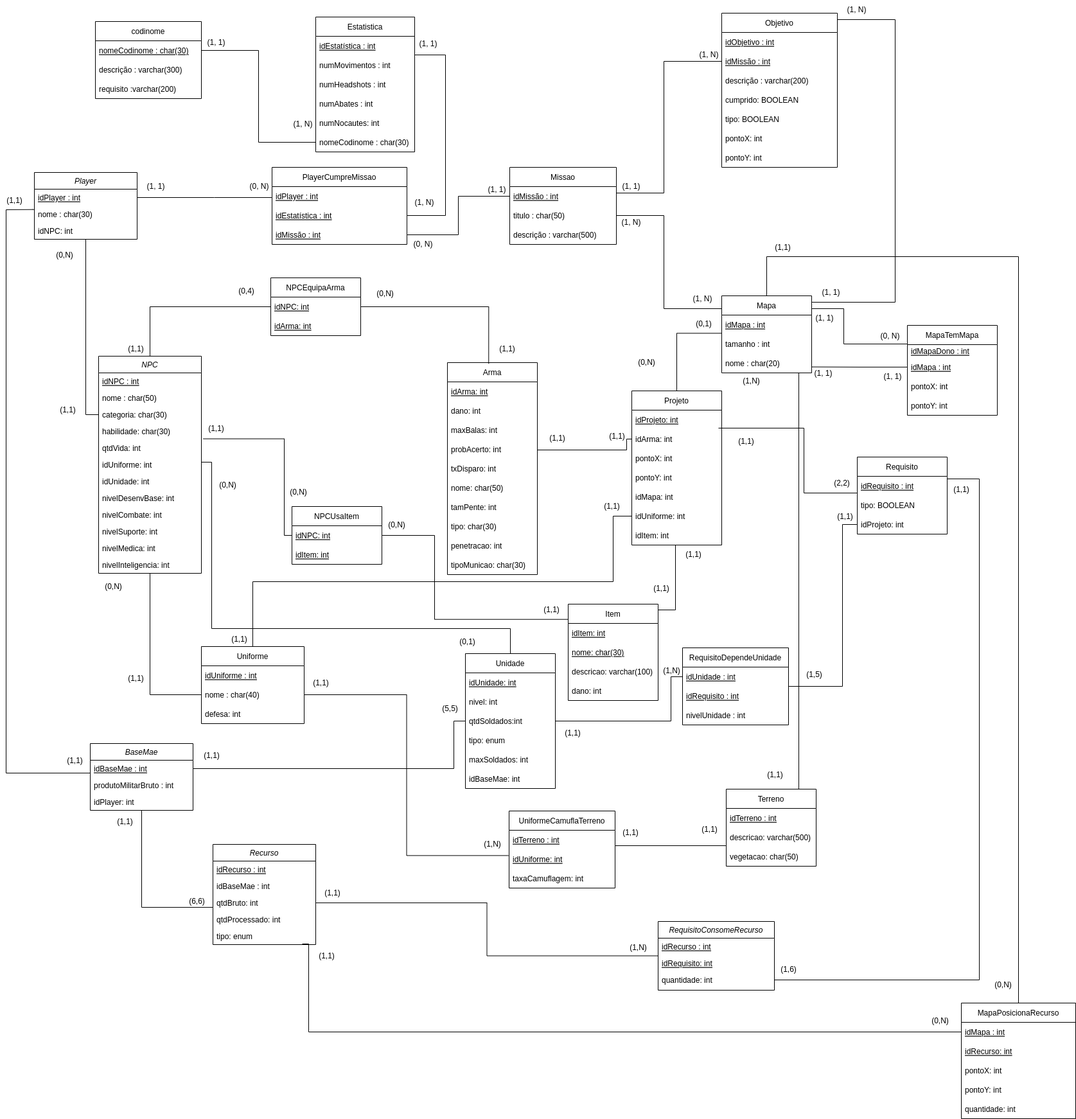
Earlier version of the draw.io export documentos/MREL/MREL_V2.0drawio.drawio.png (SBD1/Grupo02-MetalGearSolid). Source tidied: cells renumbered, new cells last; positions are measured from the earlier drawing's top-left corner, leaving out a move shared by most shapes.
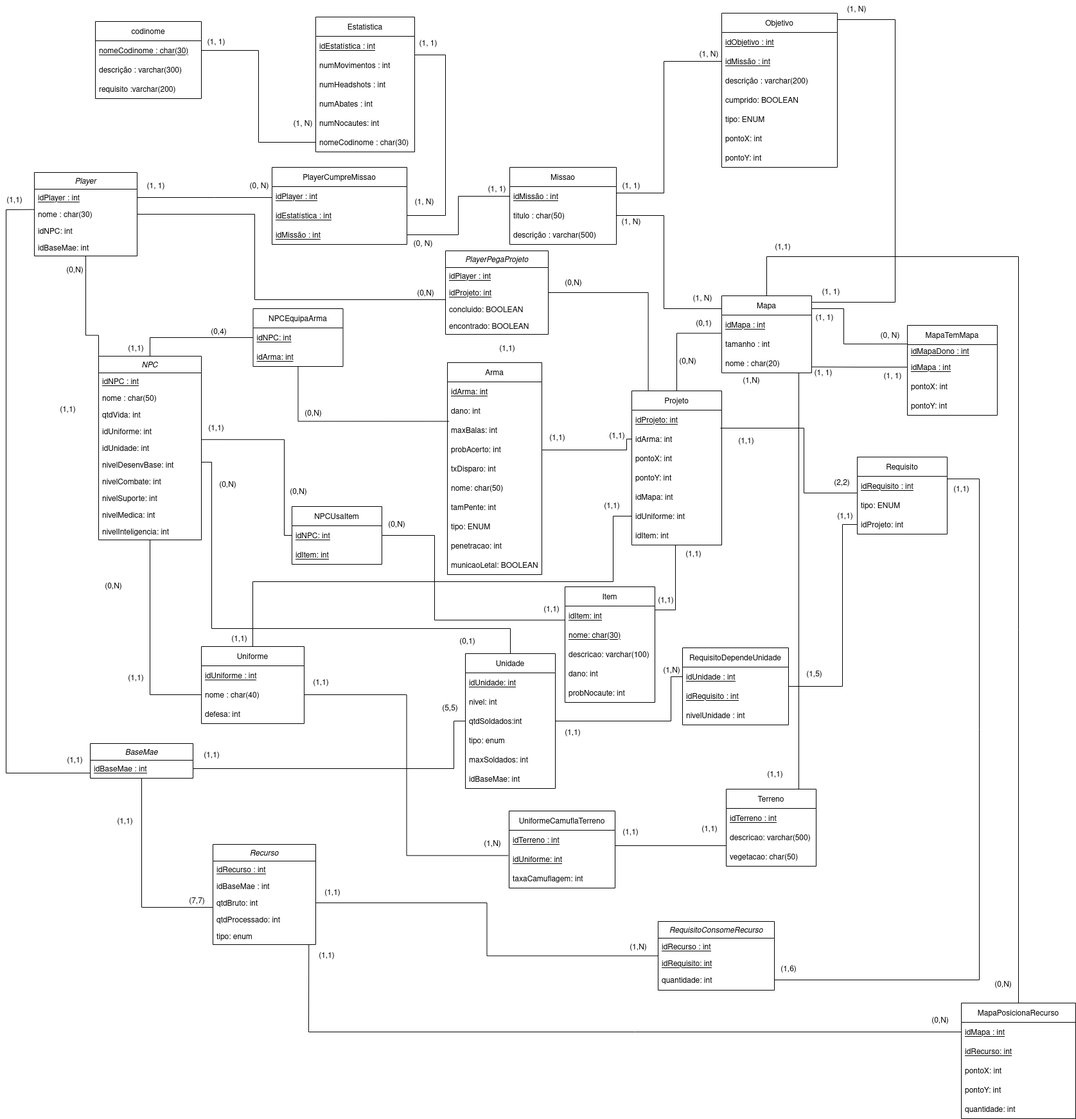
The same file after the commit.

Change to the diagram source:
```diff
@@ -4,7 +4,9 @@
     <mxCell id="1" parent="0" />
-    <mxCell id="2" style="edgeStyle=orthogonalEdgeStyle;rounded=0;jettySize=auto;html=1;entryX=0;entryY=0.5;entryDx=0;entryDy=0;endArrow=none;endFill=0;" parent="1" edge="1" source="3" target="65">
-      <mxGeometry relative="1" as="geometry" />
+    <mxCell id="2" style="edgeStyle=orthogonalEdgeStyle;rounded=0;jettySize=auto;html=1;entryX=0;entryY=0.5;entryDx=0;entryDy=0;endArrow=none;endFill=0;" parent="1" edge="1" source="3">
+      <mxGeometry relative="1" as="geometry">
+        <mxPoint x="153" y="645" as="targetPoint" />
+      </mxGeometry>
     </mxCell>
     <mxCell id="3" value="Player" style="swimlane;fontStyle=2;align=center;verticalAlign=top;horizontal=1;startSize=26;rounded=0;shadow=0;strokeWidth=1;" parent="1" vertex="1">
-      <mxGeometry x="53" y="268" width="160" height="104" as="geometry" />
+      <mxGeometry x="53" y="268" width="160" height="130" as="geometry" />
     </mxCell>
@@ -19,2 +21,5 @@
     </mxCell>
+    <mxCell id="232" value="idBaseMae: int" style="text;align=left;verticalAlign=top;spacingLeft=4;spacingRight=4;overflow=hidden;rounded=0;shadow=0;html=0;" parent="3" vertex="1">
+      <mxGeometry y="104" width="160" height="26" as="geometry" />
+    </mxCell>
     <mxCell id="7" value="PlayerCumpreMissao" style="swimlane;fontStyle=0;horizontal=1;startSize=30;" parent="1" vertex="1">
@@ -95,3 +100,3 @@
     </mxCell>
-    <mxCell id="29" value="tipo: BOOLEAN" style="text;strokeColor=none;fillColor=none;align=left;verticalAlign=middle;spacingLeft=4;spacingRight=4;overflow=hidden;" parent="24" vertex="1">
+    <mxCell id="29" value="tipo: ENUM" style="text;strokeColor=none;fillColor=none;align=left;verticalAlign=middle;spacingLeft=4;spacingRight=4;overflow=hidden;" parent="24" vertex="1">
       <mxGeometry y="150" width="180" height="30" as="geometry" />
@@ -220,3 +225,3 @@
     <mxCell id="62" value="NPC" style="swimlane;fontStyle=2;align=center;verticalAlign=top;horizontal=1;startSize=26;rounded=0;shadow=0;strokeWidth=1;" parent="1" vertex="1">
-      <mxGeometry x="153" y="554" width="160" height="338" as="geometry" />
+      <mxGeometry x="153" y="554" width="160" height="286" as="geometry" />
     </mxCell>
@@ -228,31 +233,25 @@
     </mxCell>
-    <mxCell id="65" value="categoria: char(30)" style="text;align=left;verticalAlign=top;spacingLeft=4;spacingRight=4;overflow=hidden;points=[[0,0.5],[1,0.5]];portConstraint=eastwest;rounded=0;shadow=0;html=0;" parent="62" vertex="1">
-      <mxGeometry y="78" width="160" height="26" as="geometry" />
-    </mxCell>
-    <mxCell id="66" value="habilidade: char(30)&#10;" style="text;align=left;verticalAlign=top;spacingLeft=4;spacingRight=4;overflow=hidden;rounded=0;shadow=0;html=0;" parent="62" vertex="1">
-      <mxGeometry y="104" width="160" height="26" as="geometry" />
-    </mxCell>
     <mxCell id="67" value="qtdVida: int" style="text;align=left;verticalAlign=top;spacingLeft=4;spacingRight=4;overflow=hidden;points=[[0,0.5],[1,0.5]];portConstraint=eastwest;rounded=0;shadow=0;html=0;" parent="62" vertex="1">
-      <mxGeometry y="130" width="160" height="26" as="geometry" />
+      <mxGeometry y="78" width="160" height="26" as="geometry" />
     </mxCell>
     <mxCell id="68" value="idUniforme: int" style="text;align=left;verticalAlign=top;spacingLeft=4;spacingRight=4;overflow=hidden;points=[[0,0.5],[1,0.5]];portConstraint=eastwest;rounded=0;shadow=0;html=0;" parent="62" vertex="1">
-      <mxGeometry y="156" width="160" height="26" as="geometry" />
+      <mxGeometry y="104" width="160" height="26" as="geometry" />
     </mxCell>
     <mxCell id="69" value="idUnidade: int" style="text;align=left;verticalAlign=top;spacingLeft=4;spacingRight=4;overflow=hidden;rounded=0;shadow=0;html=0;" parent="62" vertex="1">
-      <mxGeometry y="182" width="160" height="26" as="geometry" />
+      <mxGeometry y="130" width="160" height="26" as="geometry" />
     </mxCell>
     <mxCell id="70" value="nivelDesenvBase: int" style="text;align=left;verticalAlign=top;spacingLeft=4;spacingRight=4;overflow=hidden;rounded=0;shadow=0;html=0;" parent="62" vertex="1">
-      <mxGeometry y="208" width="160" height="26" as="geometry" />
+      <mxGeometry y="156" width="160" height="26" as="geometry" />
     </mxCell>
     <mxCell id="71" value="nivelCombate: int" style="text;align=left;verticalAlign=top;spacingLeft=4;spacingRight=4;overflow=hidden;rounded=0;shadow=0;html=0;" parent="62" vertex="1">
-      <mxGeometry y="234" width="160" height="26" as="geometry" />
+      <mxGeometry y="182" width="160" height="26" as="geometry" />
     </mxCell>
     <mxCell id="72" value="nivelSuporte: int" style="text;align=left;verticalAlign=top;spacingLeft=4;spacingRight=4;overflow=hidden;rounded=0;shadow=0;html=0;" parent="62" vertex="1">
-      <mxGeometry y="260" width="160" height="26" as="geometry" />
+      <mxGeometry y="208" width="160" height="26" as="geometry" />
     </mxCell>
     <mxCell id="73" value="nivelMedica: int" style="text;align=left;verticalAlign=top;spacingLeft=4;spacingRight=4;overflow=hidden;rounded=0;shadow=0;html=0;" parent="62" vertex="1">
-      <mxGeometry y="286" width="160" height="26" as="geometry" />
+      <mxGeometry y="234" width="160" height="26" as="geometry" />
     </mxCell>
     <mxCell id="74" value="nivelInteligencia: int" style="text;align=left;verticalAlign=top;spacingLeft=4;spacingRight=4;overflow=hidden;rounded=0;shadow=0;html=0;" parent="62" vertex="1">
-      <mxGeometry y="312" width="160" height="26" as="geometry" />
+      <mxGeometry y="260" width="160" height="26" as="geometry" />
     </mxCell>
@@ -286,3 +285,3 @@
     <mxCell id="83" value="BaseMae" style="swimlane;fontStyle=2;align=center;verticalAlign=top;horizontal=1;startSize=26;rounded=0;shadow=0;strokeWidth=1;" parent="1" vertex="1">
-      <mxGeometry x="140" y="1157" width="160" height="104" as="geometry" />
+      <mxGeometry x="140" y="1157" width="160" height="54" as="geometry" />
     </mxCell>
@@ -291,8 +290,2 @@
     </mxCell>
-    <mxCell id="85" value="produtoMilitarBruto : int" style="text;align=left;verticalAlign=top;spacingLeft=4;spacingRight=4;overflow=hidden;rounded=0;shadow=0;html=0;" parent="83" vertex="1">
-      <mxGeometry y="52" width="160" height="26" as="geometry" />
-    </mxCell>
-    <mxCell id="86" value="idPlayer: int" style="text;align=left;verticalAlign=top;spacingLeft=4;spacingRight=4;overflow=hidden;rounded=0;shadow=0;html=0;" parent="83" vertex="1">
-      <mxGeometry y="78" width="160" height="26" as="geometry" />
-    </mxCell>
     <mxCell id="87" style="edgeStyle=orthogonalEdgeStyle;rounded=0;jettySize=auto;html=1;endArrow=none;endFill=0;exitX=-0.002;exitY=0.22;exitDx=0;exitDy=0;exitPerimeter=0;" parent="1" edge="1" source="5">
@@ -403,36 +396,36 @@
     <mxCell id="115" value="Arma" style="swimlane;fontStyle=0;horizontal=1;startSize=30;" parent="1" vertex="1">
-      <mxGeometry x="696" y="564" width="140" height="330" as="geometry" />
+      <mxGeometry x="696" y="564" width="147" height="330" as="geometry" />
     </mxCell>
     <mxCell id="116" value="idArma: int" style="text;strokeColor=none;fillColor=none;align=left;verticalAlign=middle;spacingLeft=4;spacingRight=4;overflow=hidden;fontStyle=4;" parent="115" vertex="1">
-      <mxGeometry y="30" width="140" height="30" as="geometry" />
+      <mxGeometry y="30" width="147" height="30" as="geometry" />
     </mxCell>
     <mxCell id="117" value="dano: int" style="text;strokeColor=none;fillColor=none;align=left;verticalAlign=middle;spacingLeft=4;spacingRight=4;overflow=hidden;fontStyle=0;" parent="115" vertex="1">
-      <mxGeometry y="60" width="140" height="30" as="geometry" />
+      <mxGeometry y="60" width="147" height="30" as="geometry" />
     </mxCell>
     <mxCell id="118" value="maxBalas: int" style="text;strokeColor=none;fillColor=none;align=left;verticalAlign=middle;spacingLeft=4;spacingRight=4;overflow=hidden;points=[[0,0.5],[1,0.5]];portConstraint=eastwest;fontStyle=0;" parent="115" vertex="1">
-      <mxGeometry y="90" width="140" height="30" as="geometry" />
+      <mxGeometry y="90" width="147" height="30" as="geometry" />
     </mxCell>
     <mxCell id="119" value="probAcerto: int" style="text;strokeColor=none;fillColor=none;align=left;verticalAlign=middle;spacingLeft=4;spacingRight=4;overflow=hidden;fontStyle=0;" parent="115" vertex="1">
-      <mxGeometry y="120" width="140" height="30" as="geometry" />
+      <mxGeometry y="120" width="147" height="30" as="geometry" />
     </mxCell>
     <mxCell id="120" value="txDisparo: int" style="text;strokeColor=none;fillColor=none;align=left;verticalAlign=middle;spacingLeft=4;spacingRight=4;overflow=hidden;fontStyle=0;" parent="115" vertex="1">
-      <mxGeometry y="150" width="140" height="30" as="geometry" />
+      <mxGeometry y="150" width="147" height="30" as="geometry" />
     </mxCell>
     <mxCell id="121" value="nome: char(50)" style="text;strokeColor=none;fillColor=none;align=left;verticalAlign=middle;spacingLeft=4;spacingRight=4;overflow=hidden;fontStyle=0;" parent="115" vertex="1">
-      <mxGeometry y="180" width="140" height="30" as="geometry" />
+      <mxGeometry y="180" width="147" height="30" as="geometry" />
     </mxCell>
     <mxCell id="122" value="tamPente: int" style="text;strokeColor=none;fillColor=none;align=left;verticalAlign=middle;spacingLeft=4;spacingRight=4;overflow=hidden;fontStyle=0;" parent="115" vertex="1">
-      <mxGeometry y="210" width="140" height="30" as="geometry" />
+      <mxGeometry y="210" width="147" height="30" as="geometry" />
     </mxCell>
-    <mxCell id="123" value="tipo: char(30)" style="text;strokeColor=none;fillColor=none;align=left;verticalAlign=middle;spacingLeft=4;spacingRight=4;overflow=hidden;fontStyle=0;" parent="115" vertex="1">
-      <mxGeometry y="240" width="140" height="30" as="geometry" />
+    <mxCell id="123" value="tipo: ENUM" style="text;strokeColor=none;fillColor=none;align=left;verticalAlign=middle;spacingLeft=4;spacingRight=4;overflow=hidden;fontStyle=0;" parent="115" vertex="1">
+      <mxGeometry y="240" width="147" height="30" as="geometry" />
     </mxCell>
     <mxCell id="124" value="penetracao: int" style="text;strokeColor=none;fillColor=none;align=left;verticalAlign=middle;spacingLeft=4;spacingRight=4;overflow=hidden;fontStyle=0;" parent="115" vertex="1">
-      <mxGeometry y="270" width="140" height="30" as="geometry" />
+      <mxGeometry y="270" width="147" height="30" as="geometry" />
     </mxCell>
-    <mxCell id="125" value="tipoMunicao: char(30)" style="text;strokeColor=none;fillColor=none;align=left;verticalAlign=middle;spacingLeft=4;spacingRight=4;overflow=hidden;fontStyle=0;" parent="115" vertex="1">
-      <mxGeometry y="300" width="140" height="30" as="geometry" />
+    <mxCell id="125" value="municaoLetal: BOOLEAN" style="text;strokeColor=none;fillColor=none;align=left;verticalAlign=middle;spacingLeft=4;spacingRight=4;overflow=hidden;fontStyle=0;" parent="115" vertex="1">
+      <mxGeometry y="300" width="147" height="30" as="geometry" />
     </mxCell>
     <mxCell id="126" value="Item" style="swimlane;fontStyle=0;horizontal=1;startSize=30;" parent="1" vertex="1">
-      <mxGeometry x="884" y="940" width="140" height="150" as="geometry" />
+      <mxGeometry x="879" y="913" width="140" height="180" as="geometry" />
     </mxCell>
@@ -450,2 +443,5 @@
     </mxCell>
+    <mxCell id="233" value="probNocaute: int" style="text;strokeColor=none;fillColor=none;align=left;verticalAlign=middle;spacingLeft=4;spacingRight=4;overflow=hidden;fontStyle=0;" parent="126" vertex="1">
+      <mxGeometry y="150" width="140" height="30" as="geometry" />
+    </mxCell>
     <mxCell id="131" value="Requisito" style="swimlane;fontStyle=0;horizontal=1;startSize=30;" parent="1" vertex="1">
@@ -456,3 +452,3 @@
     </mxCell>
-    <mxCell id="133" value="tipo: BOOLEAN" style="text;strokeColor=none;fillColor=none;align=left;verticalAlign=middle;spacingLeft=4;spacingRight=4;overflow=hidden;" parent="131" vertex="1">
+    <mxCell id="133" value="tipo: ENUM" style="text;strokeColor=none;fillColor=none;align=left;verticalAlign=middle;spacingLeft=4;spacingRight=4;overflow=hidden;" parent="131" vertex="1">
       <mxGeometry y="60" width="140" height="30" as="geometry" />
@@ -462,4 +458,5 @@
     </mxCell>
-    <mxCell id="135" style="edgeStyle=orthogonalEdgeStyle;rounded=0;jettySize=auto;html=1;entryX=0;entryY=0.867;entryDx=0;entryDy=0;entryPerimeter=0;endArrow=none;endFill=0;exitX=0.964;exitY=-0.067;exitDx=0;exitDy=0;exitPerimeter=0;" parent="1" edge="1" source="108" target="132">
+    <mxCell id="135" style="edgeStyle=orthogonalEdgeStyle;rounded=0;jettySize=auto;html=1;entryX=0;entryY=0.867;entryDx=0;entryDy=0;entryPerimeter=0;endArrow=none;endFill=0;" parent="1" edge="1" target="132">
       <mxGeometry relative="1" as="geometry">
+        <mxPoint x="1121" y="666" as="sourcePoint" />
         <Array as="points">
@@ -519,10 +516,7 @@
     </mxCell>
-    <mxCell id="147" value="(0,N)" style="text;html=1;align=center;verticalAlign=middle;strokeColor=none;fillColor=none;" parent="1" vertex="1">
-      <mxGeometry x="77" y="384" width="45" height="26" as="geometry" />
-    </mxCell>
     <mxCell id="148" value="(0,4)" style="text;html=1;align=center;verticalAlign=middle;strokeColor=none;fillColor=none;" parent="1" vertex="1">
-      <mxGeometry x="361" y="440" width="43" height="26" as="geometry" />
+      <mxGeometry x="318" y="504" width="43" height="26" as="geometry" />
     </mxCell>
     <mxCell id="149" value="(0,N)" style="text;html=1;align=center;verticalAlign=middle;strokeColor=none;fillColor=none;" parent="1" vertex="1">
-      <mxGeometry x="576" y="444" width="45" height="26" as="geometry" />
+      <mxGeometry x="639" y="444" width="45" height="26" as="geometry" />
     </mxCell>
@@ -546,3 +540,3 @@
     </mxCell>
-    <mxCell id="156" value="(6,6)" style="text;html=1;align=center;verticalAlign=middle;strokeColor=none;fillColor=none;" parent="1" vertex="1">
+    <mxCell id="156" value="(7,7)" style="text;html=1;align=center;verticalAlign=middle;strokeColor=none;fillColor=none;" parent="1" vertex="1">
       <mxGeometry x="284" y="1390" width="43" height="26" as="geometry" />
@@ -656,3 +650,3 @@
     <mxCell id="187" value="(1,1)" style="text;html=1;align=center;verticalAlign=middle;strokeColor=none;fillColor=none;" parent="1" vertex="1">
-      <mxGeometry x="1007" y="903" width="43" height="26" as="geometry" />
+      <mxGeometry x="1014" y="922" width="43" height="26" as="geometry" />
     </mxCell>
@@ -665,3 +659,3 @@
     <mxCell id="190" value="(0,N)" style="text;html=1;align=center;verticalAlign=middle;strokeColor=none;fillColor=none;" parent="1" vertex="1">
-      <mxGeometry x="983" y="551" width="45" height="26" as="geometry" />
+      <mxGeometry x="1047" y="550" width="45" height="26" as="geometry" />
     </mxCell>
@@ -725,3 +719,3 @@
     </mxCell>
-    <mxCell id="207" style="edgeStyle=orthogonalEdgeStyle;rounded=0;jettySize=auto;html=1;entryX=0.459;entryY=0.005;entryDx=0;entryDy=0;entryPerimeter=0;endArrow=none;endFill=0;" parent="1" edge="1" source="208" target="115">
+    <mxCell id="207" style="edgeStyle=orthogonalEdgeStyle;rounded=0;jettySize=auto;html=1;entryX=0.018;entryY=0.048;entryDx=0;entryDy=0;entryPerimeter=0;endArrow=none;endFill=0;" parent="1" edge="1" source="208" target="118">
       <mxGeometry relative="1" as="geometry" />
@@ -729,3 +723,3 @@
     <mxCell id="208" value="NPCEquipaArma" style="swimlane;fontStyle=0;horizontal=1;startSize=30;" parent="1" vertex="1">
-      <mxGeometry x="421" y="432" width="140" height="90" as="geometry" />
+      <mxGeometry x="393.5" y="480" width="140" height="90" as="geometry" />
     </mxCell>
@@ -737,3 +731,3 @@
     </mxCell>
-    <mxCell id="211" style="edgeStyle=orthogonalEdgeStyle;rounded=0;jettySize=auto;html=1;entryX=0.003;entryY=0.158;entryDx=0;entryDy=0;entryPerimeter=0;endArrow=none;endFill=0;" parent="1" edge="1" source="213" target="126">
+    <mxCell id="211" style="edgeStyle=orthogonalEdgeStyle;rounded=0;jettySize=auto;html=1;entryX=0;entryY=0.727;entryDx=0;entryDy=0;entryPerimeter=0;endArrow=none;endFill=0;" parent="1" edge="1" source="213" target="127">
       <mxGeometry relative="1" as="geometry">
@@ -742,2 +736,3 @@
           <mxPoint x="676" y="964" />
+          <mxPoint x="879" y="964" />
         </Array>
@@ -745,3 +740,3 @@
     </mxCell>
-    <mxCell id="212" style="edgeStyle=orthogonalEdgeStyle;rounded=0;jettySize=auto;html=1;entryX=1.019;entryY=-0.053;entryDx=0;entryDy=0;entryPerimeter=0;endArrow=none;endFill=0;" parent="1" edge="1" source="213" target="67">
+    <mxCell id="212" style="edgeStyle=orthogonalEdgeStyle;rounded=0;jettySize=auto;html=1;entryX=0.998;entryY=0.992;entryDx=0;entryDy=0;entryPerimeter=0;endArrow=none;endFill=0;" parent="1" edge="1" source="213" target="68">
       <mxGeometry relative="1" as="geometry">
@@ -749,3 +744,3 @@
           <mxPoint x="442" y="833" />
-          <mxPoint x="442" y="683" />
+          <mxPoint x="442" y="684" />
         </Array>
@@ -780,3 +775,3 @@
     </mxCell>
-    <mxCell id="222" style="edgeStyle=orthogonalEdgeStyle;rounded=0;jettySize=auto;html=1;entryX=0;entryY=0.5;entryDx=0;entryDy=0;endArrow=none;endFill=0;exitX=0.869;exitY=0.962;exitDx=0;exitDy=0;exitPerimeter=0;" parent="1" edge="1" source="93" target="217">
+    <mxCell id="222" style="edgeStyle=orthogonalEdgeStyle;rounded=0;jettySize=auto;html=1;entryX=0;entryY=0.5;entryDx=0;entryDy=0;endArrow=none;endFill=0;exitX=0.933;exitY=0.999;exitDx=0;exitDy=0;exitPerimeter=0;" parent="1" edge="1" source="93" target="217">
       <mxGeometry relative="1" as="geometry">
@@ -815,2 +810,38 @@
     </mxCell>
+    <mxCell id="147" value="(0,N)" style="text;html=1;align=center;verticalAlign=middle;strokeColor=none;fillColor=none;" parent="1" vertex="1">
+      <mxGeometry x="35.5" y="408" width="160" height="26" as="geometry" />
+    </mxCell>
+    <mxCell id="234" value="PlayerPegaProjeto" style="swimlane;fontStyle=2;align=center;verticalAlign=top;horizontal=1;startSize=26;rounded=0;shadow=0;strokeWidth=1;" parent="1" vertex="1">
+      <mxGeometry x="693" y="390" width="160" height="130" as="geometry" />
+    </mxCell>
+    <mxCell id="235" value="idPlayer : int " style="text;align=left;verticalAlign=top;spacingLeft=4;spacingRight=4;overflow=hidden;fontStyle=4;" parent="234" vertex="1">
+      <mxGeometry y="26" width="160" height="26" as="geometry" />
+    </mxCell>
+    <mxCell id="236" value="idProjeto: int" style="text;align=left;verticalAlign=top;spacingLeft=4;spacingRight=4;overflow=hidden;points=[[0,0.5],[1,0.5]];portConstraint=eastwest;rounded=0;shadow=0;html=0;fontStyle=4;" parent="234" vertex="1">
+      <mxGeometry y="52" width="160" height="26" as="geometry" />
+    </mxCell>
+    <mxCell id="237" value="concluido: BOOLEAN" style="text;align=left;verticalAlign=top;spacingLeft=4;spacingRight=4;overflow=hidden;rounded=0;shadow=0;html=0;" parent="234" vertex="1">
+      <mxGeometry y="78" width="160" height="26" as="geometry" />
+    </mxCell>
+    <mxCell id="238" value="encontrado: BOOLEAN" style="text;align=left;verticalAlign=top;spacingLeft=4;spacingRight=4;overflow=hidden;rounded=0;shadow=0;html=0;" parent="234" vertex="1">
+      <mxGeometry y="104" width="160" height="26" as="geometry" />
+    </mxCell>
+    <mxCell id="239" style="edgeStyle=orthogonalEdgeStyle;rounded=0;jettySize=auto;html=1;endArrow=none;endFill=0;" parent="1" edge="1" source="5">
+      <mxGeometry relative="1" as="geometry">
+        <mxPoint x="693" y="466" as="targetPoint" />
+        <Array as="points">
+          <mxPoint x="396" y="333" />
+          <mxPoint x="396" y="466" />
+        </Array>
+      </mxGeometry>
+    </mxCell>
+    <mxCell id="240" style="edgeStyle=orthogonalEdgeStyle;rounded=0;jettySize=auto;html=1;entryX=0.183;entryY=-0.001;entryDx=0;entryDy=0;entryPerimeter=0;endArrow=none;endFill=0;" parent="1" edge="1" source="236" target="106">
+      <mxGeometry relative="1" as="geometry" />
+    </mxCell>
+    <mxCell id="241" value="(0,N)" style="text;html=1;align=center;verticalAlign=middle;strokeColor=none;fillColor=none;" parent="1" vertex="1">
+      <mxGeometry x="464" y="631" width="45" height="26" as="geometry" />
+    </mxCell>
+    <mxCell id="242" value="(0,N)" style="text;html=1;align=center;verticalAlign=middle;strokeColor=none;fillColor=none;" parent="1" vertex="1">
+      <mxGeometry x="869" y="428" width="45" height="26" as="geometry" />
+    </mxCell>
   </root>
```
